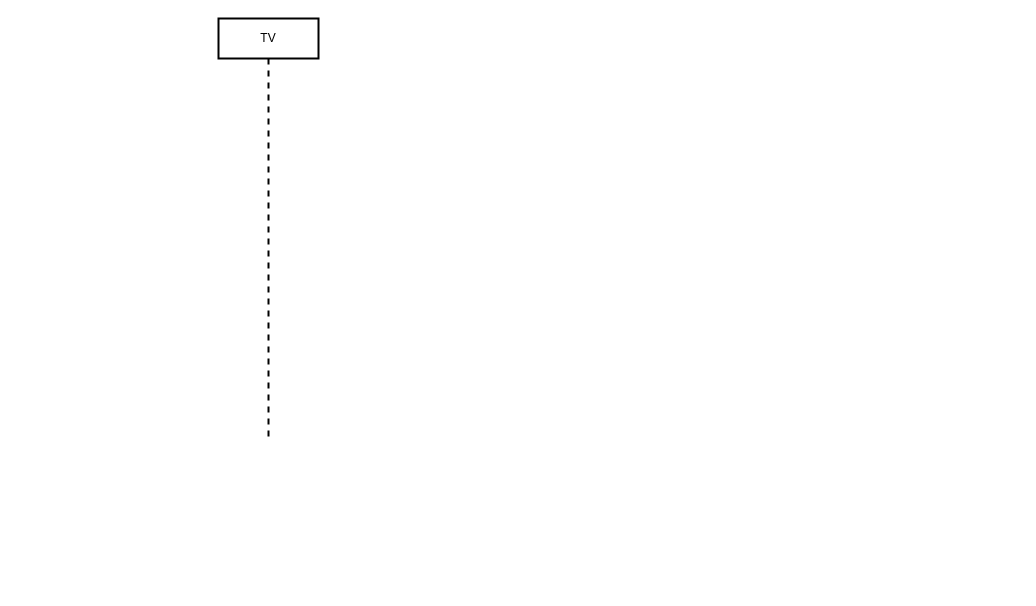
Before: Auth-seeds.drawio in SGA-Jie-Sha/diagram, a draw.io diagram. Source tidied: cells renumbered, new cells numbered last; positions are measured from the earlier drawing's top-left corner, leaving out a move shared by most shapes. Both pictures are drawn from the tidied source at 100%, with x=0, y=0 at pixel (218, 18).
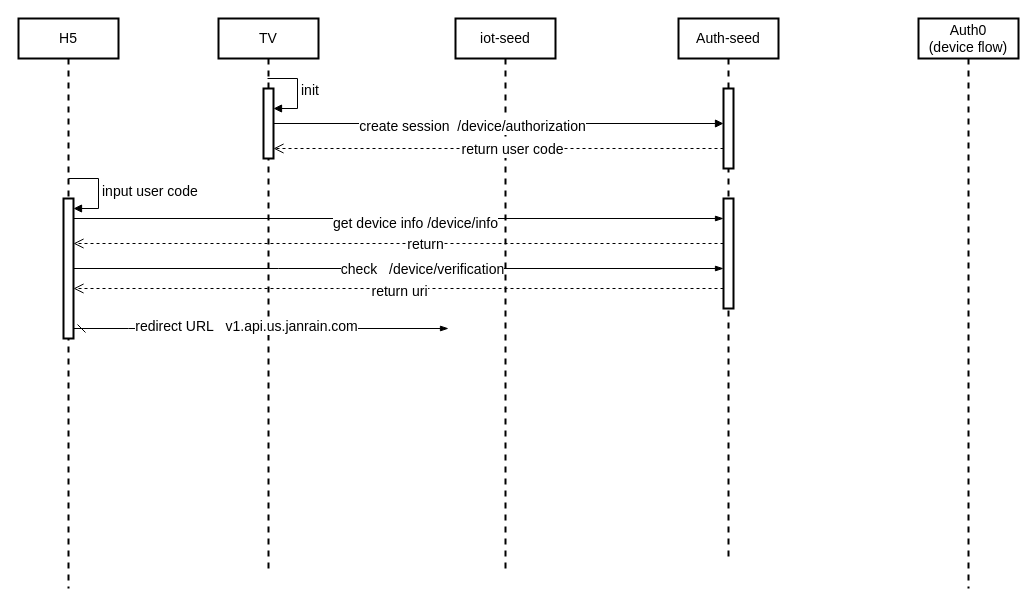
Above is the later version.

The edit, as a diff of the source:
```diff
@@
-    <mxCell id="2" value="TV" style="shape=umlLifeline;perimeter=lifelinePerimeter;whiteSpace=wrap;html=1;strokeWidth=2;" parent="1" vertex="1">
-      <mxGeometry width="100" height="420" as="geometry" />
+    <mxCell id="2" value="TV" style="shape=umlLifeline;perimeter=lifelinePerimeter;whiteSpace=wrap;html=1;strokeWidth=2;fontSize=14;" parent="1" vertex="1">
+      <mxGeometry width="100" height="550" as="geometry" />
     </mxCell>
+    <mxCell id="3" style="html=1;points=[];perimeter=orthogonalPerimeter;strokeWidth=2;fontSize=14;" parent="2" vertex="1">
+      <mxGeometry x="45" y="70" width="10" height="70" as="geometry" />
+    </mxCell>
+    <mxCell id="4" value="init" style="edgeStyle=orthogonalEdgeStyle;html=1;align=left;spacingLeft=2;endArrow=block;rounded=0;fontSize=14;" parent="2" edge="1" target="3">
+      <mxGeometry relative="1" as="geometry">
+        <mxPoint x="49" y="60" as="sourcePoint" />
+        <Array as="points">
+          <mxPoint x="79" y="60" />
+          <mxPoint x="79" y="90" />
+        </Array>
+      </mxGeometry>
+    </mxCell>
+    <mxCell id="5" value="Auth-seed" style="shape=umlLifeline;perimeter=lifelinePerimeter;whiteSpace=wrap;html=1;strokeWidth=2;fontSize=14;" parent="1" vertex="1">
+      <mxGeometry x="460" width="100" height="540" as="geometry" />
+    </mxCell>
+    <mxCell id="6" style="html=1;points=[];perimeter=orthogonalPerimeter;strokeWidth=2;fontSize=14;" parent="5" vertex="1">
+      <mxGeometry x="45" y="70" width="10" height="80" as="geometry" />
+    </mxCell>
+    <mxCell id="7" style="html=1;points=[];perimeter=orthogonalPerimeter;strokeWidth=2;fontSize=14;" parent="5" vertex="1">
+      <mxGeometry x="45" y="180" width="10" height="110" as="geometry" />
+    </mxCell>
+    <mxCell id="8" value="iot-seed" style="shape=umlLifeline;perimeter=lifelinePerimeter;whiteSpace=wrap;html=1;strokeWidth=2;fontSize=14;" parent="1" vertex="1">
+      <mxGeometry x="237" width="100" height="550" as="geometry" />
+    </mxCell>
+    <mxCell id="9" value="Auth0&lt;br style=&quot;font-size: 14px;&quot;&gt;(device flow)" style="shape=umlLifeline;perimeter=lifelinePerimeter;whiteSpace=wrap;html=1;strokeWidth=2;fontSize=14;" parent="1" vertex="1">
+      <mxGeometry x="700" width="100" height="570" as="geometry" />
+    </mxCell>
+    <mxCell id="10" style="html=1;verticalAlign=bottom;endArrow=block;rounded=0;fontSize=14;" parent="1" edge="1" source="3" target="6">
+      <mxGeometry x="-0.13" relative="1" as="geometry" />
+    </mxCell>
+    <mxCell id="11" value="create session&amp;nbsp; /device/authorization" style="edgeLabel;html=1;align=center;verticalAlign=middle;fontSize=14;" parent="10" vertex="1">
+      <mxGeometry x="-0.12" y="-2" relative="1" as="geometry" />
+    </mxCell>
+    <mxCell id="12" style="html=1;verticalAlign=bottom;endArrow=open;dashed=1;endSize=8;rounded=0;fontSize=14;" parent="1" edge="1" source="6" target="3">
+      <mxGeometry x="0.02" relative="1" as="geometry">
+        <Array as="points">
+          <mxPoint x="290" y="130" />
+        </Array>
+      </mxGeometry>
+    </mxCell>
+    <mxCell id="13" value="return user code" style="edgeLabel;html=1;align=center;verticalAlign=middle;fontSize=14;" parent="12" vertex="1">
+      <mxGeometry x="-0.06" relative="1" as="geometry" />
+    </mxCell>
+    <mxCell id="14" value="H5" style="shape=umlLifeline;perimeter=lifelinePerimeter;whiteSpace=wrap;html=1;strokeWidth=2;fontSize=14;" parent="1" vertex="1">
+      <mxGeometry x="-200" width="100" height="570" as="geometry" />
+    </mxCell>
+    <mxCell id="15" style="html=1;points=[];perimeter=orthogonalPerimeter;strokeWidth=2;fontSize=14;" parent="14" vertex="1">
+      <mxGeometry x="45" y="180" width="10" height="140" as="geometry" />
+    </mxCell>
+    <mxCell id="16" value="input user code" style="edgeStyle=orthogonalEdgeStyle;html=1;align=left;spacingLeft=2;endArrow=block;rounded=0;fontSize=14;" parent="14" edge="1" target="15">
+      <mxGeometry relative="1" as="geometry">
+        <mxPoint x="50" y="160" as="sourcePoint" />
+        <Array as="points">
+          <mxPoint x="80" y="160" />
+          <mxPoint x="80" y="190" />
+        </Array>
+      </mxGeometry>
+    </mxCell>
+    <mxCell id="17" style="edgeStyle=elbowEdgeStyle;fontSize=12;html=1;endArrow=blockThin;endFill=1;startArrow=dash;startFill=0;endSize=6;startSize=6;rounded=0;" parent="14" edge="1" source="15">
+      <mxGeometry relative="1" as="geometry">
+        <mxPoint x="430" y="310" as="targetPoint" />
+        <Array as="points">
+          <mxPoint x="110" y="310" />
+        </Array>
+      </mxGeometry>
+    </mxCell>
+    <mxCell id="18" value="redirect URL&amp;nbsp; &amp;nbsp;v1.api.us.janrain.com" style="edgeLabel;html=1;align=center;verticalAlign=middle;fontSize=14;" parent="17" vertex="1">
+      <mxGeometry x="-0.26" y="3" relative="1" as="geometry">
+        <mxPoint x="33" as="offset" />
+      </mxGeometry>
+    </mxCell>
+    <mxCell id="19" style="edgeStyle=elbowEdgeStyle;fontSize=14;html=1;endArrow=blockThin;endFill=1;rounded=0;" parent="1" edge="1" source="15" target="7">
+      <mxGeometry relative="1" as="geometry">
+        <Array as="points">
+          <mxPoint x="60" y="250" />
+          <mxPoint x="-70" y="290" />
+          <mxPoint x="300" y="250" />
+          <mxPoint x="210" y="210" />
+        </Array>
+      </mxGeometry>
+    </mxCell>
+    <mxCell id="20" value="check&amp;nbsp; &amp;nbsp;/device/verification" style="edgeLabel;html=1;align=center;verticalAlign=middle;fontSize=14;" parent="19" vertex="1">
+      <mxGeometry x="0.07" relative="1" as="geometry" />
+    </mxCell>
+    <mxCell id="21" style="html=1;verticalAlign=bottom;endArrow=open;dashed=1;endSize=8;rounded=0;fontSize=14;" parent="1" edge="1" source="7" target="15">
+      <mxGeometry relative="1" as="geometry">
+        <Array as="points">
+          <mxPoint x="120" y="270" />
+        </Array>
+      </mxGeometry>
+    </mxCell>
+    <mxCell id="22" value="return uri" style="edgeLabel;html=1;align=center;verticalAlign=middle;fontSize=14;" parent="21" vertex="1">
+      <mxGeometry y="2" relative="1" as="geometry" />
+    </mxCell>
+    <mxCell id="23" style="edgeStyle=elbowEdgeStyle;fontSize=12;html=1;endArrow=blockThin;endFill=1;rounded=0;" parent="1" edge="1" source="15" target="7">
+      <mxGeometry relative="1" as="geometry">
+        <Array as="points">
+          <mxPoint x="200" y="200" />
+        </Array>
+      </mxGeometry>
+    </mxCell>
+    <mxCell id="24" value="get device info&amp;nbsp;/device/info" style="edgeLabel;html=1;align=center;verticalAlign=middle;fontSize=14;" parent="23" vertex="1">
+      <mxGeometry x="0.05" y="-4" relative="1" as="geometry" />
+    </mxCell>
+    <mxCell id="25" style="html=1;verticalAlign=bottom;endArrow=open;dashed=1;endSize=8;rounded=0;fontSize=14;" parent="1" edge="1">
+      <mxGeometry relative="1" as="geometry">
+        <mxPoint x="505" y="225" as="sourcePoint" />
+        <mxPoint x="-145" y="225" as="targetPoint" />
+        <Array as="points">
+          <mxPoint x="130" y="225" />
+        </Array>
+      </mxGeometry>
+    </mxCell>
+    <mxCell id="26" value="return" style="edgeLabel;html=1;align=center;verticalAlign=middle;fontSize=14;" parent="25" vertex="1">
+      <mxGeometry x="-0.08" relative="1" as="geometry" />
+    </mxCell>
```
